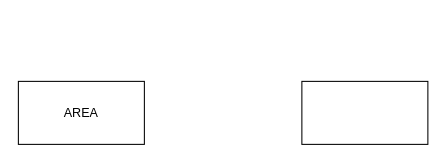
Earlier version of the draw.io diagram Diagrama de Incio.drawio (Anacon4/Home). Source tidied: cells renumbered, new cells numbered last; positions are measured from the earlier drawing's top-left corner, leaving out a move shared by most shapes. Both pictures are drawn from the tidied source at 105%, with x=0, y=0 at pixel (18, 81).
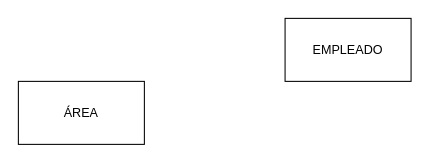
The same page after the edit.

The edit, as a diff of the source:
```diff
@@
 <mxGraphModel>
   <root>
     <mxCell id="0" />
     <mxCell id="1" parent="0" />
-    <mxCell id="2" value="AREA&lt;br&gt;" style="rounded=0;whiteSpace=wrap;html=1;" parent="1" vertex="1">
+    <mxCell id="2" value="ÁREA&lt;br&gt;" style="rounded=0;whiteSpace=wrap;html=1;" parent="1" vertex="1">
       <mxGeometry width="120" height="60" as="geometry" />
     </mxCell>
-    <mxCell id="3" style="rounded=0;whiteSpace=wrap;html=1;" parent="1" vertex="1">
-      <mxGeometry x="270" width="120" height="60" as="geometry" />
-    </mxCell>
+    <mxCell id="4" value="EMPLEADO&lt;br&gt;" style="rounded=0;whiteSpace=wrap;html=1;" parent="1" vertex="1">
+      <mxGeometry x="254" y="-60" width="120" height="60" as="geometry" />
+    </mxCell>
   </root>
 </mxGraphModel>
```
